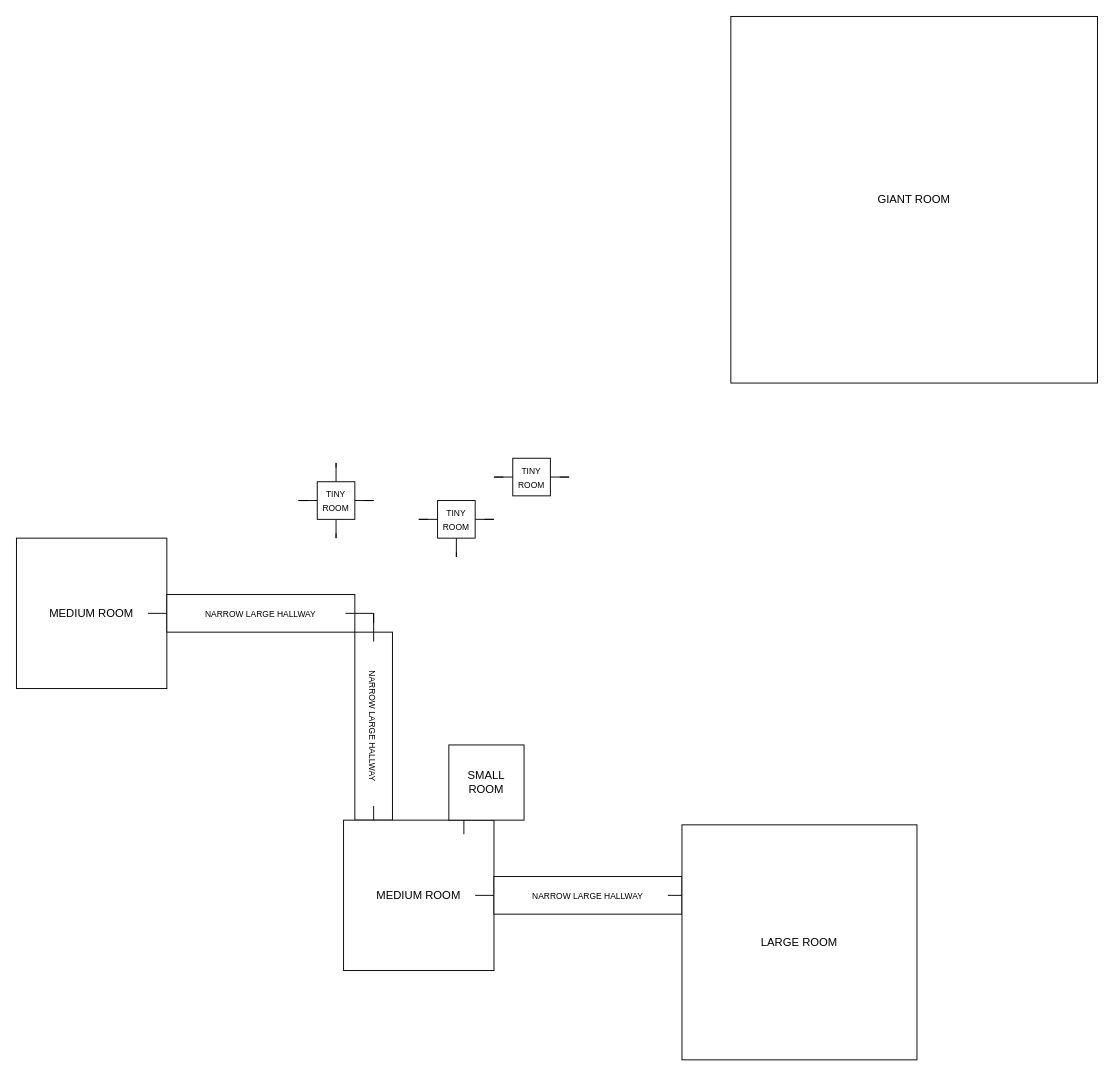
The draw.io diagram Assets/StreamingAssets/Layout Alpha.drawio in OFCLeoS/dcs-unity-URG, before the edit. Source tidied: cells renumbered, new cells numbered last; positions are measured from the earlier drawing's top-left corner, leaving out a move shared by most shapes. Both pictures are drawn from the tidied source at 94%, with x=0, y=0 at pixel (16, 16).
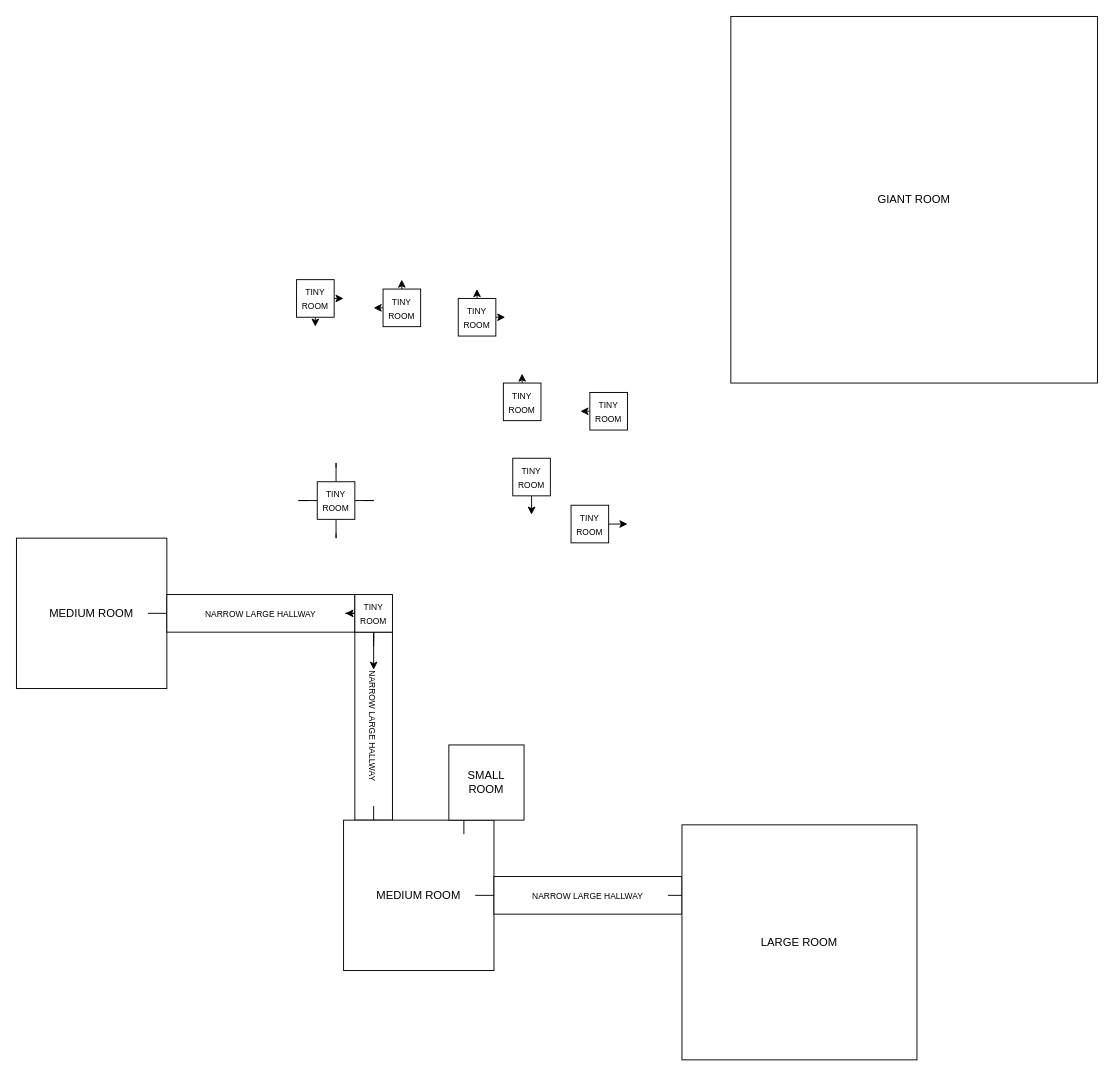
The same diagram, later.

Unchanged cells that the change refers to:
```xml
<mxCell id="35" value="&lt;font style=&quot;font-size: 9px;&quot;&gt;TINY ROOM&lt;/font&gt;" style="rounded=0;whiteSpace=wrap;html=1;points=[[0,0.5,0,0,0],[0.5,0,0,0,0],[0.5,1,0,0,0],[1,0.5,0,0,0]];" parent="1" vertex="1">
  <mxGeometry x="528" y="470" width="40" height="40" as="geometry" />
</mxCell>
```

What changed in the source:
```diff
@@
-    <mxCell id="29" style="edgeStyle=orthogonalEdgeStyle;rounded=0;jettySize=auto;html=1;endArrow=none;endFill=0;" parent="1" edge="1" source="32">
-      <mxGeometry relative="1" as="geometry">
-        <mxPoint x="498" y="535" as="targetPoint" />
-      </mxGeometry>
-    </mxCell>
-    <mxCell id="30" style="edgeStyle=orthogonalEdgeStyle;rounded=0;jettySize=auto;html=1;endArrow=none;endFill=0;" parent="1" edge="1" source="32">
+    <mxCell id="30" style="edgeStyle=orthogonalEdgeStyle;rounded=0;orthogonalLoop=1;jettySize=auto;html=1;endArrow=none;endFill=0;" parent="1" edge="1">
       <mxGeometry relative="1" as="geometry">
-        <mxPoint x="438" y="535" as="targetPoint" />
+        <mxPoint x="360" y="635" as="sourcePoint" />
+        <mxPoint x="350" y="635" as="targetPoint" />
       </mxGeometry>
     </mxCell>
-    <mxCell id="31" style="edgeStyle=orthogonalEdgeStyle;rounded=0;jettySize=auto;html=1;endArrow=none;endFill=0;" parent="1" edge="1" source="32">
+    <mxCell id="31" style="edgeStyle=orthogonalEdgeStyle;rounded=0;orthogonalLoop=1;jettySize=auto;html=1;endArrow=none;endFill=0;" parent="1" edge="1">
       <mxGeometry relative="1" as="geometry">
-        <mxPoint x="468" y="570" as="targetPoint" />
+        <mxPoint x="380" y="655" as="sourcePoint" />
+        <mxPoint x="380" y="670" as="targetPoint" />
       </mxGeometry>
     </mxCell>
-    <mxCell id="32" value="&lt;font style=&quot;font-size: 9px;&quot;&gt;TINY ROOM&lt;/font&gt;" style="rounded=0;whiteSpace=wrap;html=1;points=[[0,0.5,0,0,0],[0.5,0,0,0,0],[0.5,1,0,0,0],[1,0.5,0,0,0]];" parent="1" vertex="1">
-      <mxGeometry x="448" y="515" width="40" height="40" as="geometry" />
-    </mxCell>
-    <mxCell id="33" style="edgeStyle=orthogonalEdgeStyle;rounded=0;jettySize=auto;html=1;endArrow=none;endFill=0;" parent="1" edge="1" source="35">
-      <mxGeometry relative="1" as="geometry">
-        <mxPoint x="578" y="490" as="targetPoint" />
-      </mxGeometry>
-    </mxCell>
-    <mxCell id="34" style="edgeStyle=orthogonalEdgeStyle;rounded=0;jettySize=auto;html=1;endArrow=none;endFill=0;" parent="1" edge="1" source="35">
-      <mxGeometry relative="1" as="geometry">
-        <mxPoint x="518" y="490" as="targetPoint" />
-      </mxGeometry>
-    </mxCell>
+    <mxCell id="36" style="edgeStyle=orthogonalEdgeStyle;rounded=0;jettySize=auto;html=1;" parent="1" edge="1" source="35">
+      <mxGeometry relative="1" as="geometry">
+        <mxPoint x="548" y="530" as="targetPoint" />
+      </mxGeometry>
+    </mxCell>
@@
+    <mxCell id="37" style="edgeStyle=orthogonalEdgeStyle;rounded=0;jettySize=auto;html=1;exitX=1;exitY=0.5;exitDx=0;exitDy=0;exitPerimeter=0;" parent="1" edge="1" source="38">
+      <mxGeometry relative="1" as="geometry">
+        <mxPoint x="650" y="540" as="targetPoint" />
+      </mxGeometry>
+    </mxCell>
+    <mxCell id="38" value="&lt;font style=&quot;font-size: 9px;&quot;&gt;TINY ROOM&lt;/font&gt;" style="rounded=0;whiteSpace=wrap;html=1;points=[[0,0.5,0,0,0],[0.5,0,0,0,0],[0.5,1,0,0,0],[1,0.5,0,0,0]];" parent="1" vertex="1">
+      <mxGeometry x="590" y="520" width="40" height="40" as="geometry" />
+    </mxCell>
+    <mxCell id="39" style="edgeStyle=orthogonalEdgeStyle;rounded=0;jettySize=auto;html=1;exitX=0;exitY=0.5;exitDx=0;exitDy=0;exitPerimeter=0;" parent="1" edge="1" source="40">
+      <mxGeometry relative="1" as="geometry">
+        <mxPoint x="600" y="420.1" as="targetPoint" />
+      </mxGeometry>
+    </mxCell>
+    <mxCell id="40" value="&lt;font style=&quot;font-size: 9px;&quot;&gt;TINY ROOM&lt;/font&gt;" style="rounded=0;whiteSpace=wrap;html=1;points=[[0,0.5,0,0,0],[0.5,0,0,0,0],[0.5,1,0,0,0],[1,0.5,0,0,0]];" parent="1" vertex="1">
+      <mxGeometry x="610" y="400" width="40" height="40" as="geometry" />
+    </mxCell>
+    <mxCell id="41" style="edgeStyle=orthogonalEdgeStyle;rounded=0;jettySize=auto;html=1;exitX=0.5;exitY=0;exitDx=0;exitDy=0;exitPerimeter=0;" parent="1" edge="1" source="42">
+      <mxGeometry relative="1" as="geometry">
+        <mxPoint x="537.9" y="380" as="targetPoint" />
+      </mxGeometry>
+    </mxCell>
+    <mxCell id="42" value="&lt;font style=&quot;font-size: 9px;&quot;&gt;TINY ROOM&lt;/font&gt;" style="rounded=0;whiteSpace=wrap;html=1;points=[[0,0.5,0,0,0],[0.5,0,0,0,0],[0.5,1,0,0,0],[1,0.5,0,0,0]];" parent="1" vertex="1">
+      <mxGeometry x="518" y="390" width="40" height="40" as="geometry" />
+    </mxCell>
+    <mxCell id="43" style="edgeStyle=orthogonalEdgeStyle;rounded=0;jettySize=auto;html=1;exitX=0.5;exitY=0;exitDx=0;exitDy=0;exitPerimeter=0;" parent="1" edge="1" source="45">
+      <mxGeometry relative="1" as="geometry">
+        <mxPoint x="409.9" y="280" as="targetPoint" />
+      </mxGeometry>
+    </mxCell>
+    <mxCell id="44" style="edgeStyle=orthogonalEdgeStyle;rounded=0;jettySize=auto;html=1;exitX=0;exitY=0.5;exitDx=0;exitDy=0;exitPerimeter=0;" parent="1" edge="1" source="45">
+      <mxGeometry relative="1" as="geometry">
+        <mxPoint x="380" y="310.1" as="targetPoint" />
+      </mxGeometry>
+    </mxCell>
+    <mxCell id="45" value="&lt;font style=&quot;font-size: 9px;&quot;&gt;TINY ROOM&lt;/font&gt;" style="rounded=0;whiteSpace=wrap;html=1;points=[[0,0.5,0,0,0],[0.5,0,0,0,0],[0.5,1,0,0,0],[1,0.5,0,0,0]];" parent="1" vertex="1">
+      <mxGeometry x="390" y="290" width="40" height="40" as="geometry" />
+    </mxCell>
+    <mxCell id="46" style="edgeStyle=orthogonalEdgeStyle;rounded=0;jettySize=auto;html=1;exitX=0.5;exitY=0;exitDx=0;exitDy=0;exitPerimeter=0;" parent="1" edge="1" source="48">
+      <mxGeometry relative="1" as="geometry">
+        <mxPoint x="489.9" y="290" as="targetPoint" />
+      </mxGeometry>
+    </mxCell>
+    <mxCell id="47" style="edgeStyle=orthogonalEdgeStyle;rounded=0;jettySize=auto;html=1;exitX=1;exitY=0.5;exitDx=0;exitDy=0;exitPerimeter=0;" parent="1" edge="1" source="48">
+      <mxGeometry relative="1" as="geometry">
+        <mxPoint x="520" y="320.1" as="targetPoint" />
+      </mxGeometry>
+    </mxCell>
+    <mxCell id="48" value="&lt;font style=&quot;font-size: 9px;&quot;&gt;TINY ROOM&lt;/font&gt;" style="rounded=0;whiteSpace=wrap;html=1;points=[[0,0.5,0,0,0],[0.5,0,0,0,0],[0.5,1,0,0,0],[1,0.5,0,0,0]];" parent="1" vertex="1">
+      <mxGeometry x="470" y="300" width="40" height="40" as="geometry" />
+    </mxCell>
+    <mxCell id="49" style="edgeStyle=orthogonalEdgeStyle;rounded=0;jettySize=auto;html=1;exitX=1;exitY=0.5;exitDx=0;exitDy=0;exitPerimeter=0;" parent="1" edge="1" source="51">
+      <mxGeometry relative="1" as="geometry">
+        <mxPoint x="348" y="300.1" as="targetPoint" />
+      </mxGeometry>
+    </mxCell>
+    <mxCell id="50" style="edgeStyle=orthogonalEdgeStyle;rounded=0;jettySize=auto;html=1;exitX=0.5;exitY=1;exitDx=0;exitDy=0;exitPerimeter=0;" parent="1" edge="1" source="51">
+      <mxGeometry relative="1" as="geometry">
+        <mxPoint x="317.9" y="330" as="targetPoint" />
+      </mxGeometry>
+    </mxCell>
+    <mxCell id="51" value="&lt;font style=&quot;font-size: 9px;&quot;&gt;TINY ROOM&lt;/font&gt;" style="rounded=0;whiteSpace=wrap;html=1;points=[[0,0.5,0,0,0],[0.5,0,0,0,0],[0.5,1,0,0,0],[1,0.5,0,0,0]];" parent="1" vertex="1">
+      <mxGeometry x="298" y="280" width="40" height="40" as="geometry" />
+    </mxCell>
+    <mxCell id="52" style="edgeStyle=orthogonalEdgeStyle;rounded=0;jettySize=auto;html=1;exitX=0.5;exitY=1;exitDx=0;exitDy=0;exitPerimeter=0;" parent="1" edge="1" source="54">
+      <mxGeometry relative="1" as="geometry">
+        <mxPoint x="380" y="695" as="targetPoint" />
+      </mxGeometry>
+    </mxCell>
+    <mxCell id="53" style="edgeStyle=orthogonalEdgeStyle;rounded=0;jettySize=auto;html=1;exitX=0;exitY=0.5;exitDx=0;exitDy=0;exitPerimeter=0;" parent="1" edge="1" source="54">
+      <mxGeometry relative="1" as="geometry">
+        <mxPoint x="350" y="635.1" as="targetPoint" />
+      </mxGeometry>
+    </mxCell>
+    <mxCell id="54" value="&lt;font style=&quot;font-size: 9px;&quot;&gt;TINY ROOM&lt;/font&gt;" style="rounded=0;whiteSpace=wrap;html=1;points=[[0,0.5,0,0,0],[0.5,0,0,0,0],[0.5,1,0,0,0],[1,0.5,0,0,0]];" parent="1" vertex="1">
+      <mxGeometry x="360" y="615" width="40" height="40" as="geometry" />
+    </mxCell>
```
